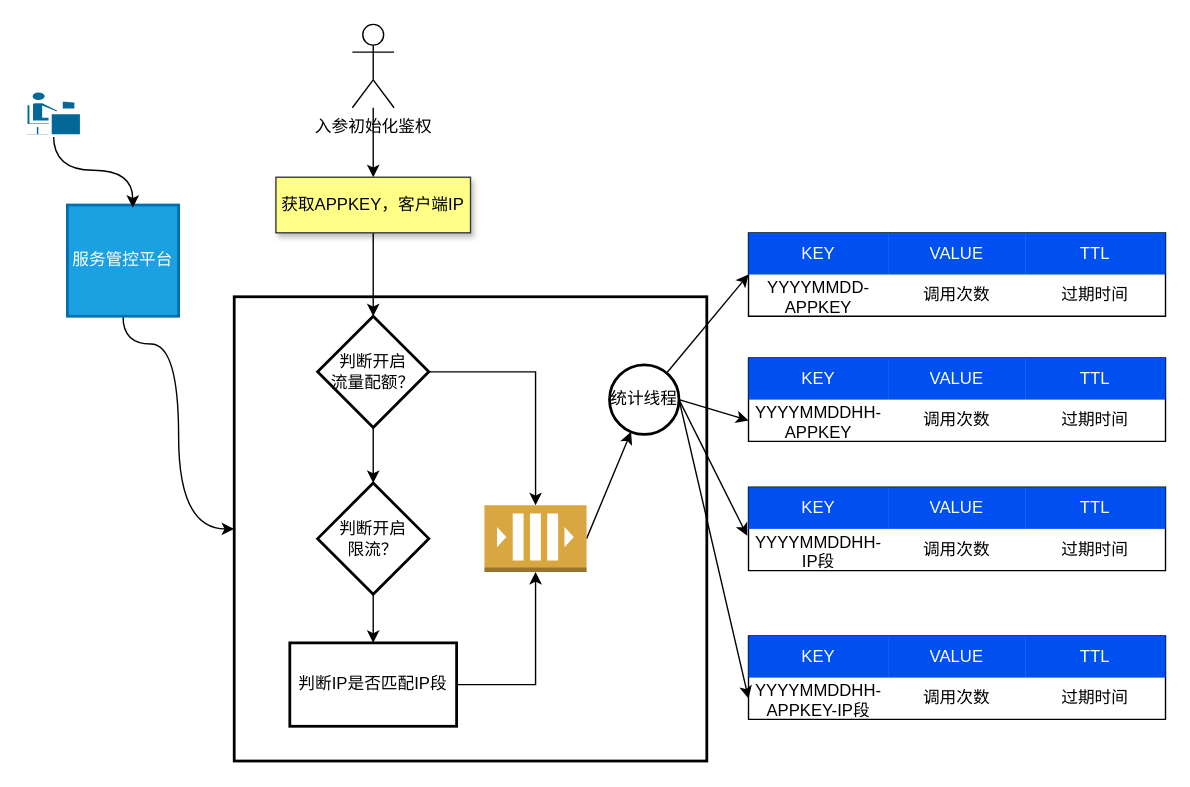
Before: page "熔断限流" (15 of 15) of 流控.drawio in qymmdj/draw-io, a draw.io diagram. Source tidied: cells renumbered, new cells numbered last; positions are measured from the earlier drawing's top-left corner, leaving out a move shared by most shapes. Both pictures are drawn from the tidied source at 139%, with x=0, y=0 at pixel (25, 24).
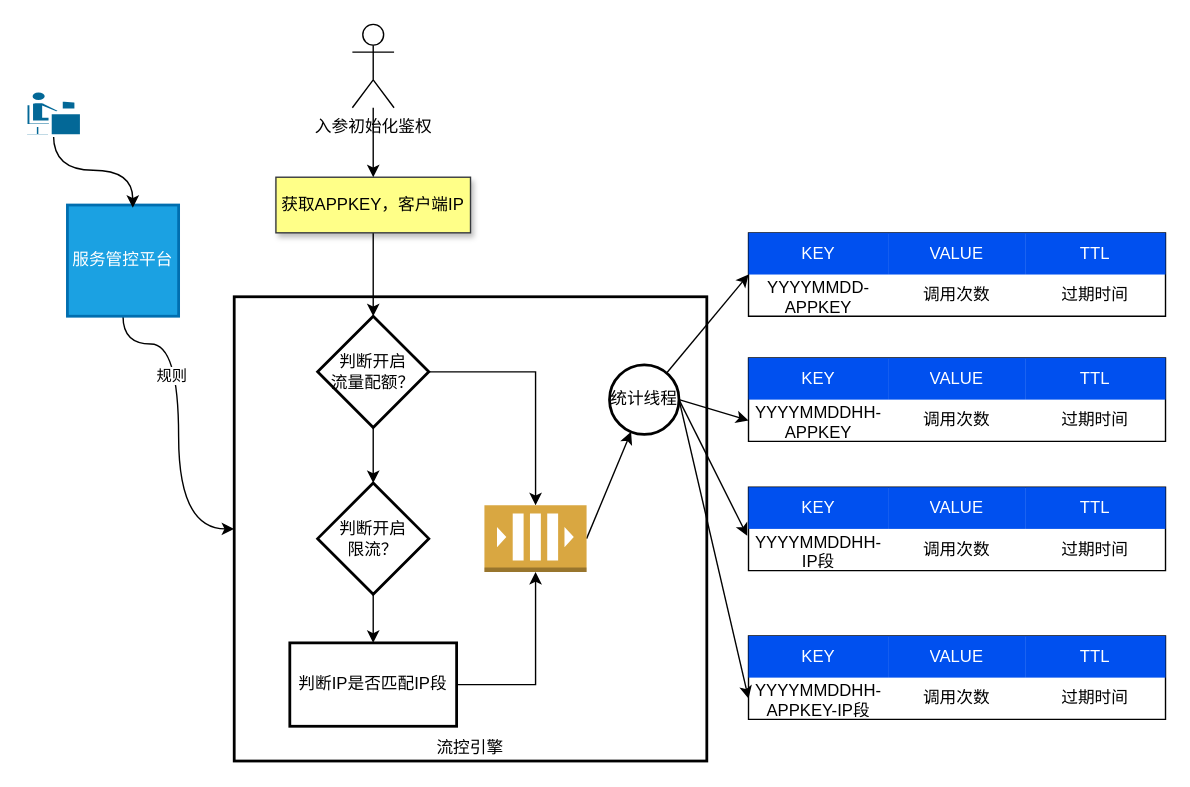
The same diagram, later.

The change refers to these unchanged cells:
```xml
<mxCell id="57" style="edgeStyle=orthogonalEdgeStyle;rounded=0;jettySize=auto;html=1;entryX=0;entryY=0.5;entryDx=0;entryDy=0;curved=1;" parent="1" edge="1" source="58" target="2">
  <mxGeometry relative="1" as="geometry">
    <Array as="points">
      <mxPoint x="70" y="230" />
      <mxPoint x="110" y="230" />
      <mxPoint x="110" y="363" />
    </Array>
  </mxGeometry>
</mxCell>
```

The edit, as a diff of the source:
```diff
@@
-    <mxCell id="2" style="rounded=0;whiteSpace=wrap;html=1;strokeWidth=2;" parent="1" vertex="1">
+    <mxCell id="2" value="流控引擎" style="rounded=0;whiteSpace=wrap;html=1;strokeWidth=2;verticalAlign=bottom;" parent="1" vertex="1">
       <mxGeometry x="150" y="196" width="340" height="334" as="geometry" />
     </mxCell>
@@
+    <mxCell id="61" value="规则" style="edgeLabel;html=1;align=center;verticalAlign=middle;" parent="57" vertex="1">
+      <mxGeometry x="-0.3" y="-6" relative="1" as="geometry" />
+    </mxCell>
```
